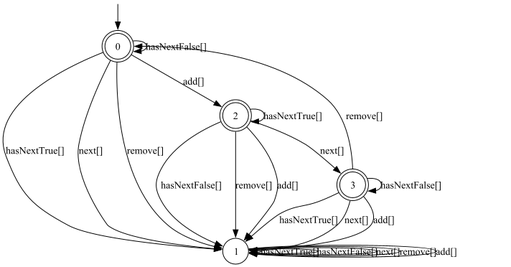
Before: out.png, a diagram exported from Graphviz (rasofema/fyp-specification-miner). Its source is kept beside it as out.dot. Its diagram source:
```dot
digraph g {

	s0 [shape="doublecircle" label="0"];
	s1 [shape="circle" label="1"];
	s2 [shape="doublecircle" label="2"];
	s3 [shape="doublecircle" label="3"];
	s0 -> s1 [label="hasNextTrue[]"];
	s0 -> s0 [label="hasNextFalse[]"];
	s0 -> s1 [label="next[]"];
	s0 -> s1 [label="remove[]"];
	s0 -> s2 [label="add[]"];
	s1 -> s1 [label="hasNextTrue[]"];
	s1 -> s1 [label="hasNextFalse[]"];
	s1 -> s1 [label="next[]"];
	s1 -> s1 [label="remove[]"];
	s1 -> s1 [label="add[]"];
	s2 -> s2 [label="hasNextTrue[]"];
	s2 -> s1 [label="hasNextFalse[]"];
	s2 -> s3 [label="next[]"];
	s2 -> s1 [label="remove[]"];
	s2 -> s1 [label="add[]"];
	s3 -> s1 [label="hasNextTrue[]"];
	s3 -> s3 [label="hasNextFalse[]"];
	s3 -> s1 [label="next[]"];
	s3 -> s0 [label="remove[]"];
	s3 -> s1 [label="add[]"];

__start0 [label="" shape="none" width="0" height="0"];
__start0 -> s0;

}
```
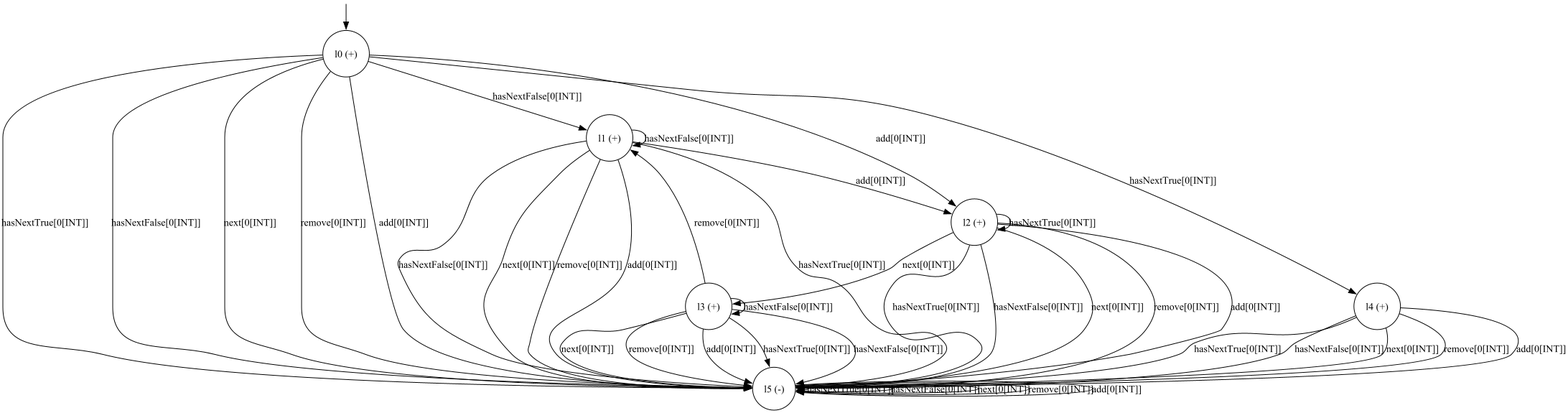
Later version of the same file.

The edit, as a diff of the source:
```diff
@@ -1,29 +1,35 @@
 digraph g {
 
-	s0 [shape="doublecircle" label="0"];
-	s1 [shape="circle" label="1"];
-	s2 [shape="doublecircle" label="2"];
-	s3 [shape="doublecircle" label="3"];
-	s0 -> s1 [label="hasNextTrue[]"];
-	s0 -> s0 [label="hasNextFalse[]"];
-	s0 -> s1 [label="next[]"];
-	s0 -> s1 [label="remove[]"];
-	s0 -> s2 [label="add[]"];
-	s1 -> s1 [label="hasNextTrue[]"];
-	s1 -> s1 [label="hasNextFalse[]"];
-	s1 -> s1 [label="next[]"];
-	s1 -> s1 [label="remove[]"];
-	s1 -> s1 [label="add[]"];
-	s2 -> s2 [label="hasNextTrue[]"];
-	s2 -> s1 [label="hasNextFalse[]"];
-	s2 -> s3 [label="next[]"];
-	s2 -> s1 [label="remove[]"];
-	s2 -> s1 [label="add[]"];
-	s3 -> s1 [label="hasNextTrue[]"];
-	s3 -> s3 [label="hasNextFalse[]"];
-	s3 -> s1 [label="next[]"];
-	s3 -> s0 [label="remove[]"];
-	s3 -> s1 [label="add[]"];
+	s0 [shape="circle" label="l0 (+)"];
+	s1 [shape="circle" label="l1 (+)"];
+	s2 [shape="circle" label="l2 (+)"];
+	s3 [shape="circle" label="l3 (-)"];
+	s0 -> s3 [label="hasNextTrue[0[INT]]"];
+	s0 -> s0 [label="hasNextFalse[0[INT]]"];
+	s0 -> s3 [label="hasNextFalse[0[INT]]"];
+	s0 -> s3 [label="next[0[INT]]"];
+	s0 -> s3 [label="remove[0[INT]]"];
+	s0 -> s1 [label="add[0[INT]]"];
+	s0 -> s3 [label="add[0[INT]]"];
+	s1 -> s1 [label="hasNextTrue[0[INT]]"];
+	s1 -> s3 [label="hasNextTrue[0[INT]]"];
+	s1 -> s3 [label="hasNextFalse[0[INT]]"];
+	s1 -> s2 [label="next[0[INT]]"];
+	s1 -> s3 [label="next[0[INT]]"];
+	s1 -> s3 [label="remove[0[INT]]"];
+	s1 -> s3 [label="add[0[INT]]"];
+	s2 -> s3 [label="hasNextTrue[0[INT]]"];
+	s2 -> s2 [label="hasNextFalse[0[INT]]"];
+	s2 -> s3 [label="hasNextFalse[0[INT]]"];
+	s2 -> s3 [label="next[0[INT]]"];
+	s2 -> s0 [label="remove[0[INT]]"];
+	s2 -> s3 [label="remove[0[INT]]"];
+	s2 -> s3 [label="add[0[INT]]"];
+	s3 -> s3 [label="hasNextTrue[0[INT]]"];
+	s3 -> s3 [label="hasNextFalse[0[INT]]"];
+	s3 -> s3 [label="next[0[INT]]"];
+	s3 -> s3 [label="remove[0[INT]]"];
+	s3 -> s3 [label="add[0[INT]]"];
 
 __start0 [label="" shape="none" width="0" height="0"];
 __start0 -> s0;
```
